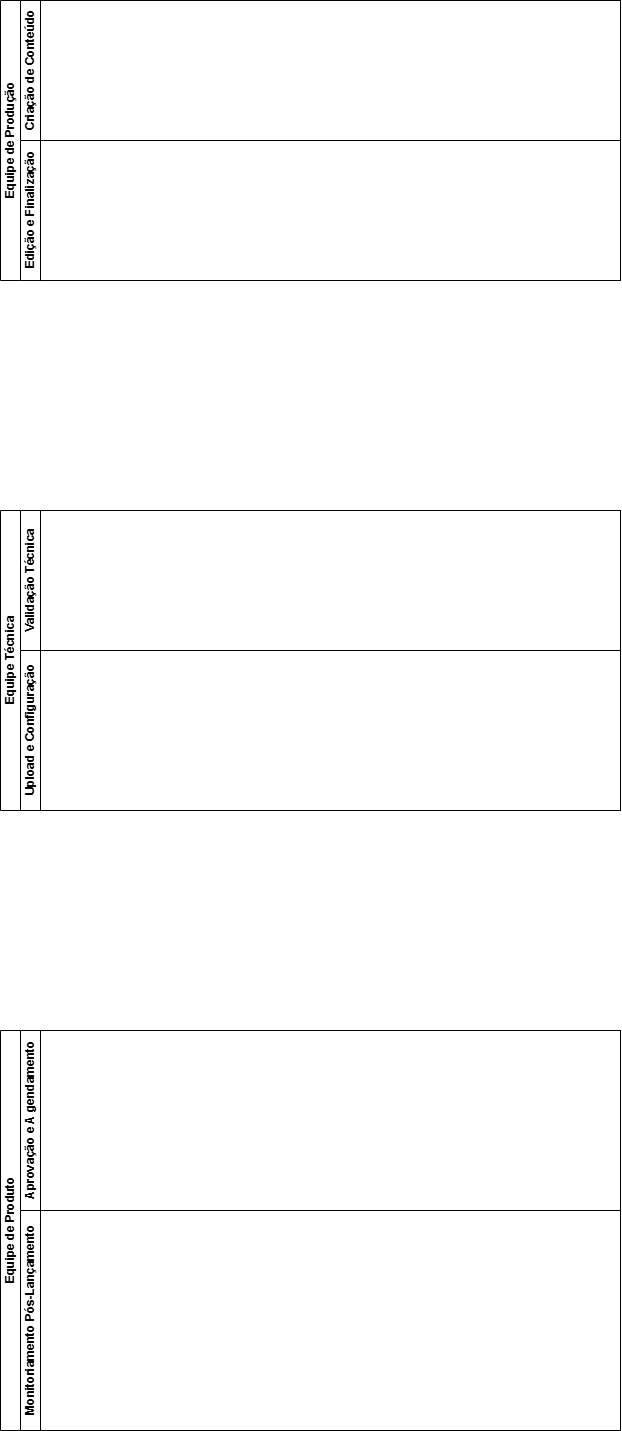
Before: Diagrama 2.0.drawio.png, a diagram exported from draw.io (Andynlx01/fluxograma.aprensa-o). Source tidied: cells renumbered, new cells last; positions are measured from the earlier drawing's top-left corner, leaving out a move shared by most shapes.
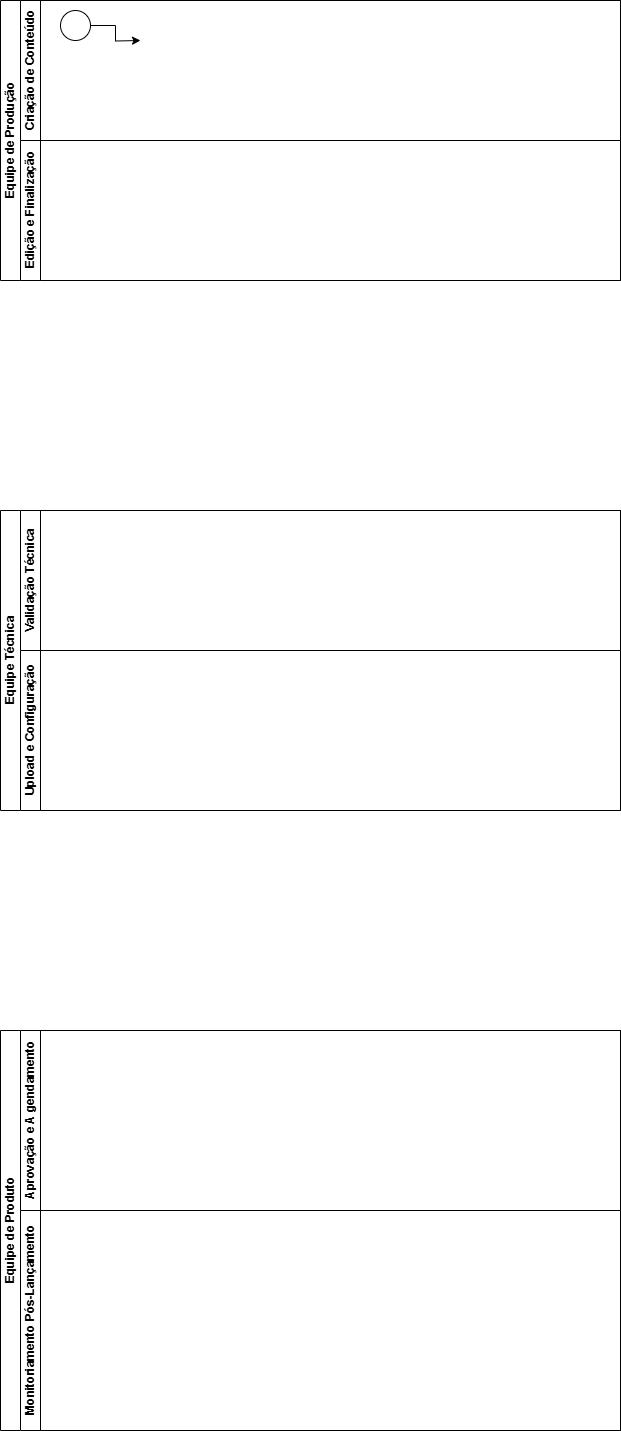
Above is the later version.

The edit, as a diff of the source:
```diff
@@ -8,6 +8,14 @@
     <mxCell id="3" value="Criação de Conteúdo" style="swimlane;startSize=20;horizontal=0;html=1;" parent="2" vertex="1">
       <mxGeometry x="20" width="600" height="140" as="geometry" />
     </mxCell>
+    <mxCell id="11" style="edgeStyle=orthogonalEdgeStyle;rounded=0;jettySize=auto;html=1;" parent="3" edge="1" source="12">
+      <mxGeometry relative="1" as="geometry">
+        <mxPoint x="120" y="40" as="targetPoint" />
+      </mxGeometry>
+    </mxCell>
+    <mxCell id="12" style="verticalLabelPosition=bottom;verticalAlign=top;html=1;shape=mxgraph.flowchart.on-page_reference;" parent="3" vertex="1">
+      <mxGeometry x="40" y="10" width="30" height="30" as="geometry" />
+    </mxCell>
     <mxCell id="4" value="Edição e Finalização" style="swimlane;startSize=20;horizontal=0;html=1;" parent="2" vertex="1">
       <mxGeometry x="20" y="140" width="600" height="140" as="geometry" />
     </mxCell>
```
